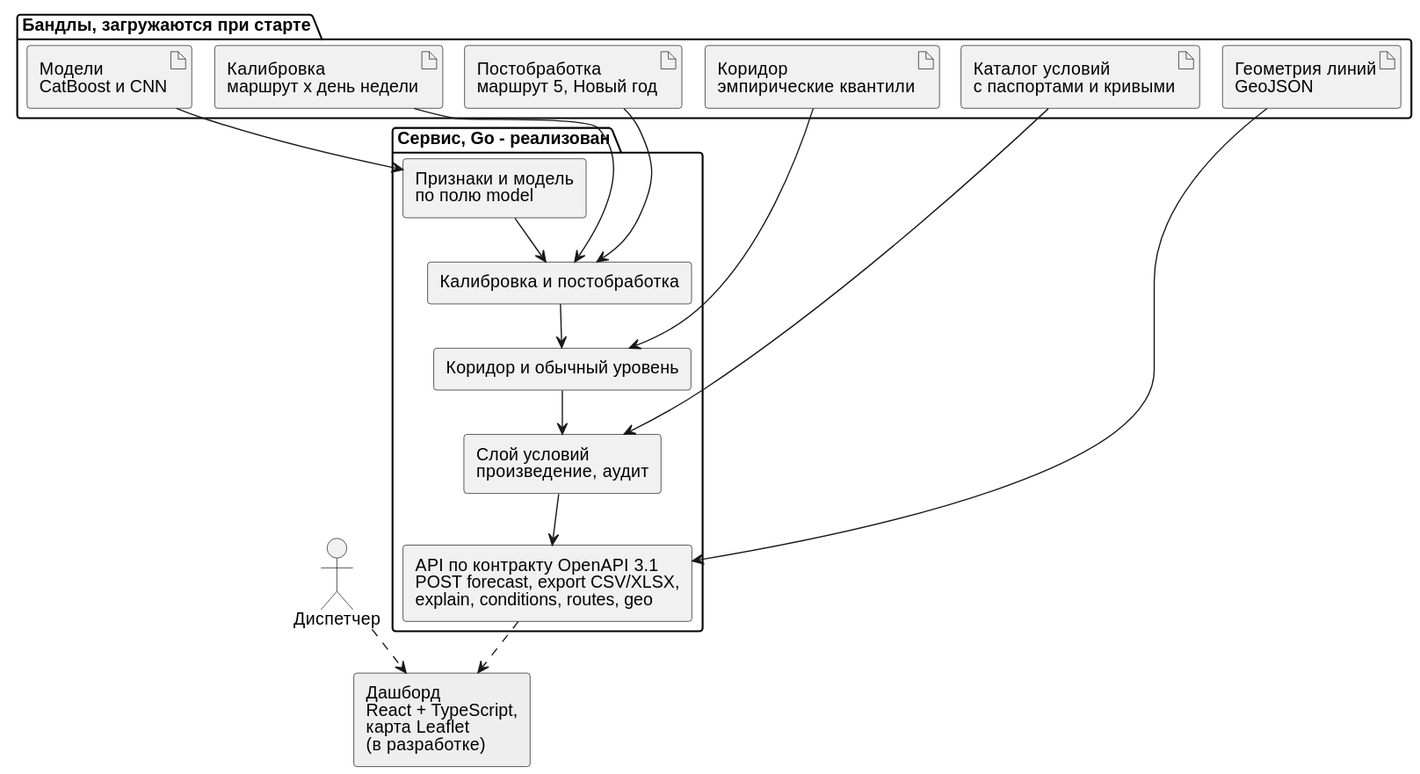
George573/trans_predicting keeps this PlantUML diagram as final/docs/img/diagram-target-architecture.svg. Above is the earlier version.
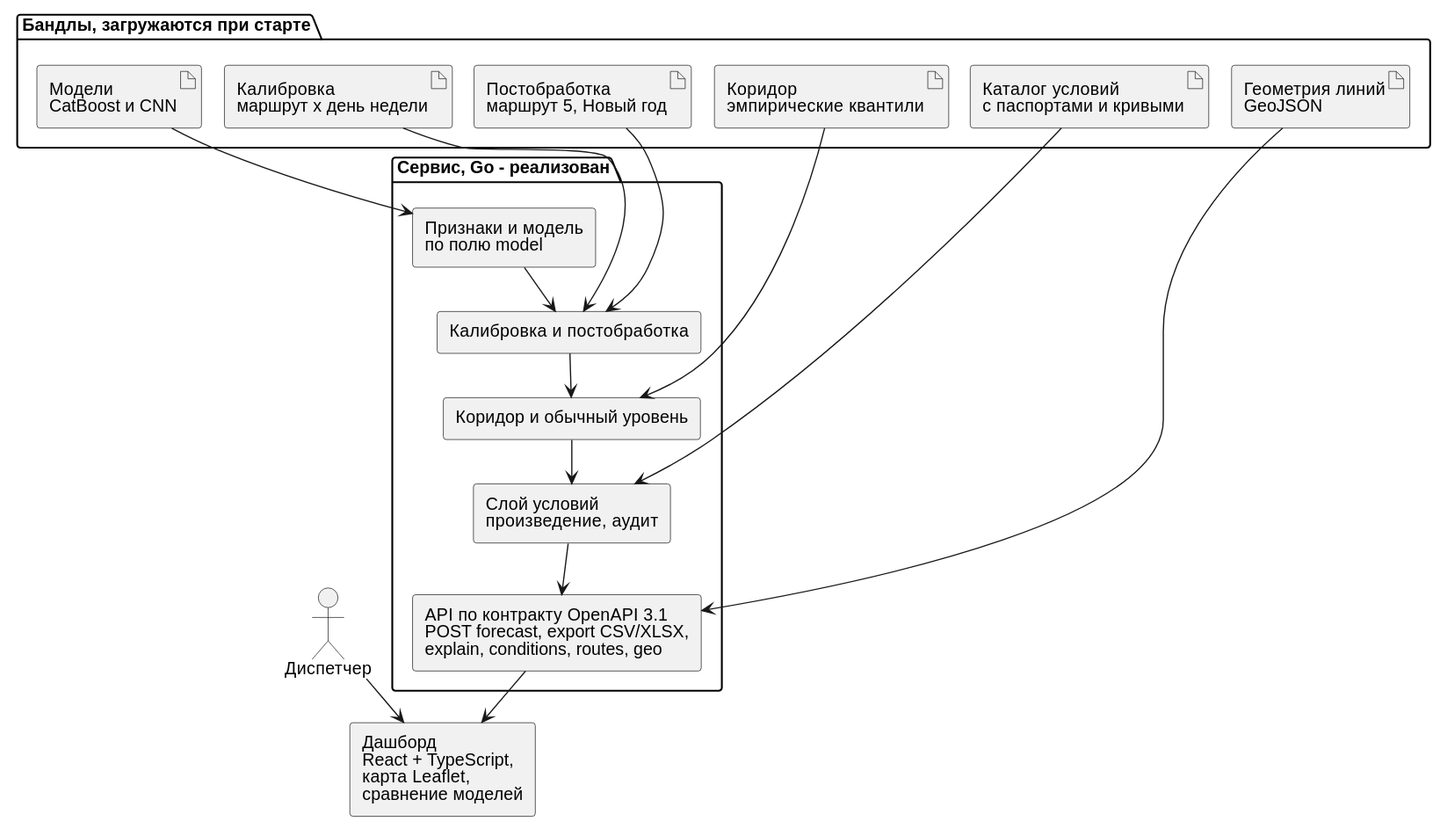
Later version of the same file.

The edit, as a diff of the source:
```diff
@@ -19,7 +19,7 @@
   [Слой условий\nпроизведение, аудит] as layer
   [API по контракту OpenAPI 3.1\nPOST forecast, export CSV/XLSX,\nexplain, conditions, routes, geo] as api
 }
-[Дашборд\nReact + TypeScript,\nкарта Leaflet\n(в разработке)] as ui #EEEEEE
+[Дашборд\nReact + TypeScript,\nкарта Leaflet,\nсравнение моделей] as ui
 m --> model
 cal --> post
 pp --> post
@@ -30,6 +30,6 @@
 corr --> layer
 layer --> api
 geo --> api
-api ..> ui
-user ..> ui
+api --> ui
+user --> ui
 @enduml
```
